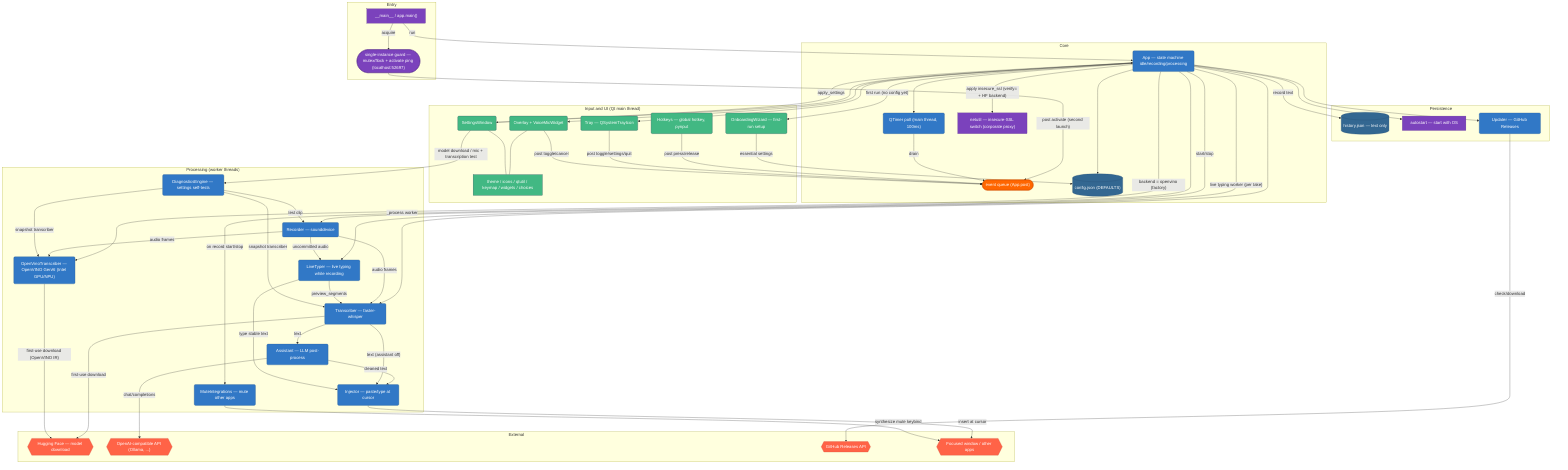
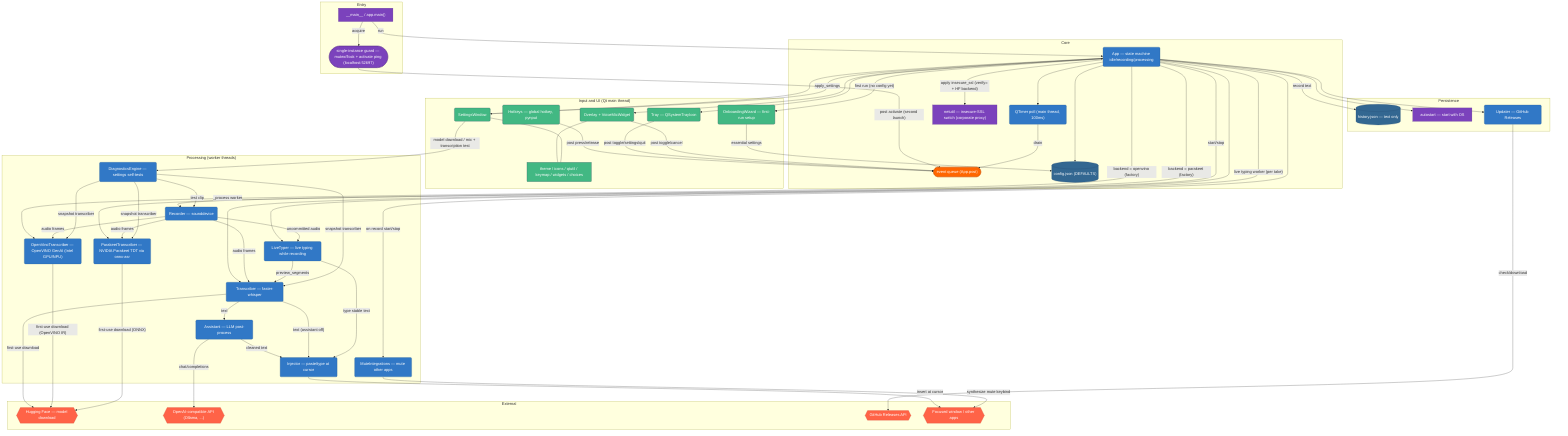
flowchart TD
    subgraph "Entry"
        Main["__main__ / app.main()"]:::infra
        Single(["single-instance guard — mutex/flock + activate ping (localhost:52697)"]):::infra
    end

    subgraph "Core"
        App("App — state machine idle/recording/processing"):::backend
        Events(["event queue (App.post)"]):::queue
        Poll("QTimer poll (main thread, 100ms)"):::backend
        Config[("config.json (DEFAULTS)")]:::database
        Net["netutil — insecure-SSL switch (corporate proxy)"]:::infra
    end

    subgraph "Input and UI (Qt main thread)"
        Hotkeys("Hotkeys — global hotkey, pynput"):::frontend
        Tray("Tray — QSystemTrayIcon"):::frontend
        Overlay("Overlay + VoiceMicWidget"):::frontend
        Settings("SettingsWindow"):::frontend
        Onboarding("OnboardingWizard — first-run setup"):::frontend
        Theme["theme / icons / qtutil / keymap / widgets / choices"]:::frontend
    end

    subgraph "Processing (worker threads)"
        Recorder("Recorder — sounddevice"):::backend
        Transcriber("Transcriber — faster-whisper"):::backend
        TranscriberOV("OpenVinoTranscriber — OpenVINO GenAI (Intel GPU/NPU)"):::backend
+         TranscriberPK("ParakeetTranscriber — NVIDIA Parakeet TDT via onnx-asr"):::backend
        Assistant("Assistant — LLM post-process"):::backend
        Injector("Injector — paste/type at cursor"):::backend
        LiveType("LiveTyper — live typing while recording"):::backend
        Mute("MuteIntegrations — mute other apps"):::backend
        Diag("DiagnosticsEngine — settings self-tests"):::backend
    end

    subgraph "Persistence"
        History[("history.json — text only")]:::database
        Autostart["autostart — start with OS"]:::infra
        Updater("Updater — GitHub Releases"):::backend
    end

    subgraph "External"
        HF{{"Hugging Face — model download"}}:::external
        LLM{{"OpenAI-compatible API (Ollama, ...)"}}:::external
        GH{{"GitHub Releases API"}}:::external
        OS{{"Focused window / other apps"}}:::external
    end

    Main -->|"acquire"| Single
    Single -->|"post activate (second launch)"| Events
    Main -->|"run"| App
    App --> Config
    App -->|"apply insecure_ssl (verify= + HF backend)"| Net
    App --> Poll
    Poll -->|"drain"| Events

    Hotkeys -->|"post press/release"| Events
    Tray -->|"post toggle/settings/quit"| Events
    Overlay -->|"post toggle/cancel"| Events
    Settings -->|"apply_settings"| App
    App --> Tray
    App --> Overlay
    App --> Settings
    App -->|"first run (no config yet)"| Onboarding
    Onboarding -->|"essential settings"| Config
    Overlay --- Theme
    Settings --- Theme

    App -->|"start/stop"| Recorder
    App -->|"_process worker"| Transcriber
    App -->|"backend = openvino (factory)"| TranscriberOV
+     App -->|"backend = parakeet (factory)"| TranscriberPK
    Recorder -->|"audio frames"| Transcriber
    Recorder -->|"audio frames"| TranscriberOV
+     Recorder -->|"audio frames"| TranscriberPK
    Transcriber -->|"text"| Assistant
    Assistant -->|"cleaned text"| Injector
    Transcriber -->|"text (assistant off)"| Injector
    App -->|"on record start/stop"| Mute
    App -->|"live typing worker (per take)"| LiveType
    Recorder -->|"uncommitted audio"| LiveType
    LiveType -->|"preview_segments"| Transcriber
    LiveType -->|"type stable text"| Injector

    Settings -->|"model download / mic + transcription test"| Diag
    Diag -->|"test clip"| Recorder
    Diag -->|"snapshot transcriber"| Transcriber
    Diag -->|"snapshot transcriber"| TranscriberOV
+     Diag -->|"snapshot transcriber"| TranscriberPK

    Injector -->|"insert at cursor"| OS
    Mute -->|"synthesize mute keybind"| OS
    Transcriber -->|"first-use download"| HF
    TranscriberOV -->|"first-use download (OpenVINO IR)"| HF
+     TranscriberPK -->|"first-use download (ONNX)"| HF
    Assistant -->|"chat/completions"| LLM
    Updater -->|"check/download"| GH
    App --> Updater
    App -->|"record text"| History
    App --> Autostart

    click Main "src/listen_to_me/app.py"
    click Single "src/listen_to_me/singleinstance.py"
    click App "src/listen_to_me/app.py"
    click Config "src/listen_to_me/config.py"
    click Hotkeys "src/listen_to_me/hotkeys.py"
    click Tray "src/listen_to_me/tray.py"
    click Overlay "src/listen_to_me/overlay.py"
    click Settings "src/listen_to_me/settings_ui.py"
    click Onboarding "src/listen_to_me/onboarding.py"
    click Recorder "src/listen_to_me/audio.py"
    click Transcriber "src/listen_to_me/transcriber.py"
    click TranscriberOV "src/listen_to_me/transcriber_openvino.py"
+     click TranscriberPK "src/listen_to_me/transcriber_parakeet.py"
    click Assistant "src/listen_to_me/assistant.py"
    click Injector "src/listen_to_me/injector.py"
    click LiveType "src/listen_to_me/livetype.py"
    click Mute "src/listen_to_me/integrations.py"
    click History "src/listen_to_me/history.py"
    click Autostart "src/listen_to_me/autostart.py"
    click Updater "src/listen_to_me/updater.py"
    click Net "src/listen_to_me/netutil.py"
    click Diag "src/listen_to_me/diagnostics.py"

    classDef frontend fill:#42b883,stroke:#35495e,color:#fff
    classDef backend fill:#3178c6,stroke:#265a8f,color:#fff
    classDef database fill:#336791,stroke:#264d73,color:#fff
    classDef queue fill:#ff6600,stroke:#cc5200,color:#fff
    classDef external fill:#ff6347,stroke:#cc4f39,color:#fff
    classDef infra fill:#7b42bc,stroke:#5e338f,color:#fff
